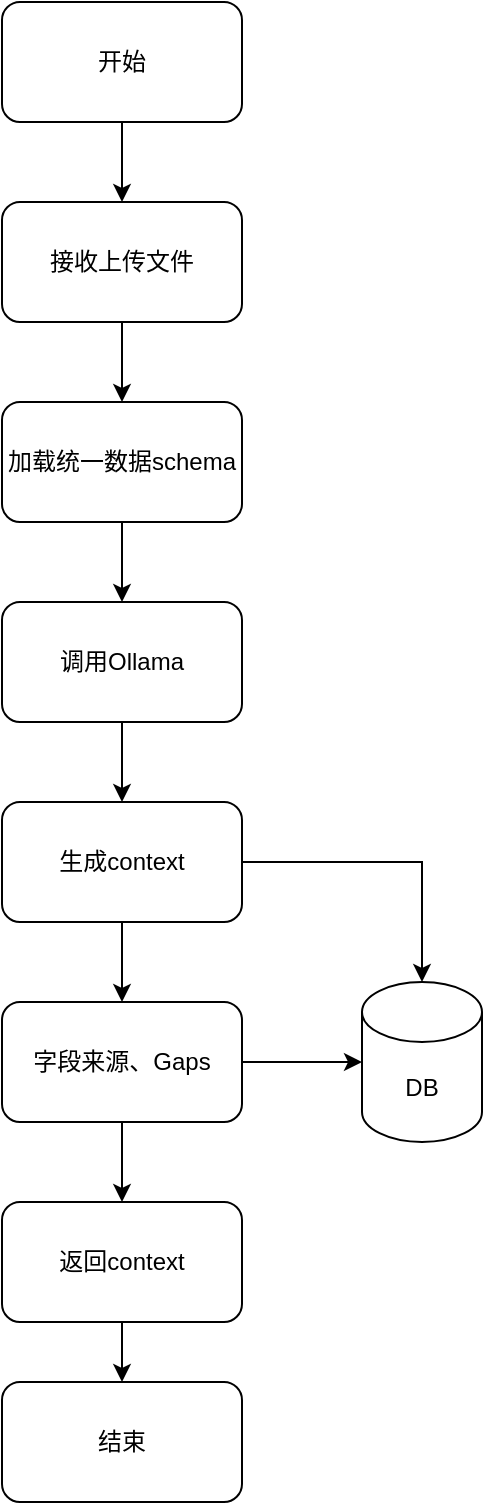
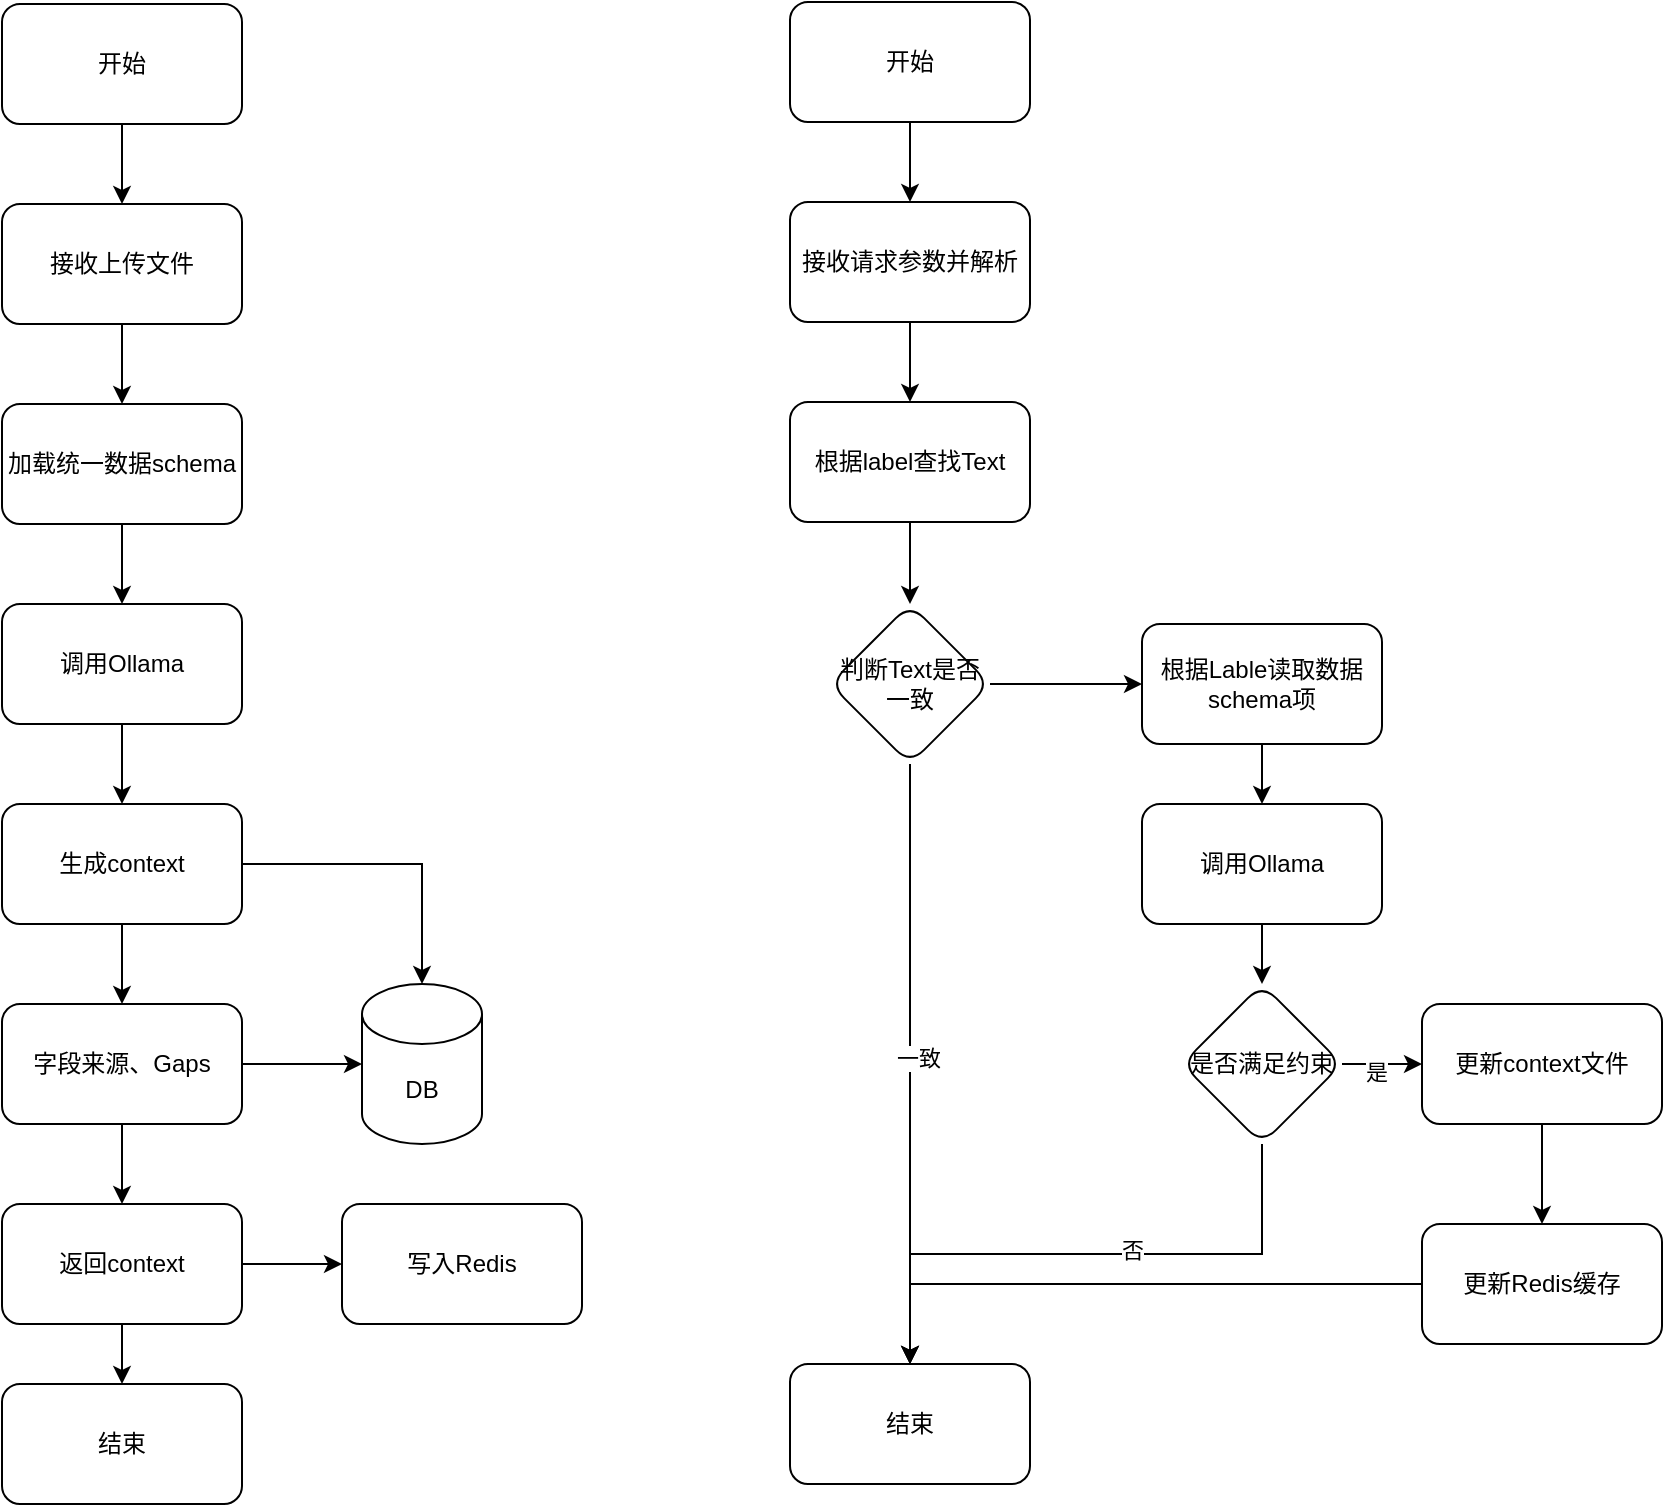
<mxfile host="app.diagrams.net">
  <diagram name="第 1 页" id="B0IMeD1WvDJJcW3_jK1b">
-     <mxGraphModel dx="1371" dy="622" grid="1" gridSize="10" guides="1" tooltips="1" connect="1" arrows="1" fold="1" page="1" pageScale="1" pageWidth="1169" pageHeight="827" math="0" shadow="0">
+     <mxGraphModel dx="1732" dy="785" grid="1" gridSize="10" guides="1" tooltips="1" connect="1" arrows="1" fold="1" page="1" pageScale="1" pageWidth="1169" pageHeight="827" math="0" shadow="0">
      <root>
        <mxCell id="0" />
        <mxCell id="1" parent="0" />
        <mxCell id="0n__lMlzSQ3JzwSusm_Q-4" edge="1" parent="1" source="0n__lMlzSQ3JzwSusm_Q-2" style="edgeStyle=orthogonalEdgeStyle;rounded=0;orthogonalLoop=1;jettySize=auto;html=1;" target="0n__lMlzSQ3JzwSusm_Q-3" value="">
          <mxGeometry relative="1" as="geometry" />
        </mxCell>
        <mxCell id="0n__lMlzSQ3JzwSusm_Q-2" parent="1" style="rounded=1;whiteSpace=wrap;html=1;" value="开始" vertex="1">
          <mxGeometry height="60" width="120" x="70" y="40" as="geometry" />
        </mxCell>
        <mxCell id="0n__lMlzSQ3JzwSusm_Q-6" edge="1" parent="1" source="0n__lMlzSQ3JzwSusm_Q-3" style="edgeStyle=orthogonalEdgeStyle;rounded=0;orthogonalLoop=1;jettySize=auto;html=1;" target="0n__lMlzSQ3JzwSusm_Q-5" value="">
          <mxGeometry relative="1" as="geometry" />
        </mxCell>
        <mxCell id="0n__lMlzSQ3JzwSusm_Q-3" parent="1" style="whiteSpace=wrap;html=1;rounded=1;" value="接收上传文件" vertex="1">
          <mxGeometry height="60" width="120" x="70" y="140" as="geometry" />
        </mxCell>
        <mxCell id="0n__lMlzSQ3JzwSusm_Q-8" edge="1" parent="1" source="0n__lMlzSQ3JzwSusm_Q-5" style="edgeStyle=orthogonalEdgeStyle;rounded=0;orthogonalLoop=1;jettySize=auto;html=1;" target="0n__lMlzSQ3JzwSusm_Q-7" value="">
          <mxGeometry relative="1" as="geometry" />
        </mxCell>
        <mxCell id="0n__lMlzSQ3JzwSusm_Q-5" parent="1" style="whiteSpace=wrap;html=1;rounded=1;" value="加载统一数据schema" vertex="1">
          <mxGeometry height="60" width="120" x="70" y="240" as="geometry" />
        </mxCell>
        <mxCell id="0n__lMlzSQ3JzwSusm_Q-10" edge="1" parent="1" source="0n__lMlzSQ3JzwSusm_Q-7" style="edgeStyle=orthogonalEdgeStyle;rounded=0;orthogonalLoop=1;jettySize=auto;html=1;" target="0n__lMlzSQ3JzwSusm_Q-9" value="">
          <mxGeometry relative="1" as="geometry" />
        </mxCell>
        <mxCell id="0n__lMlzSQ3JzwSusm_Q-7" parent="1" style="whiteSpace=wrap;html=1;rounded=1;" value="调用Ollama" vertex="1">
          <mxGeometry height="60" width="120" x="70" y="340" as="geometry" />
        </mxCell>
        <mxCell id="0n__lMlzSQ3JzwSusm_Q-12" edge="1" parent="1" source="0n__lMlzSQ3JzwSusm_Q-9" style="edgeStyle=orthogonalEdgeStyle;rounded=0;orthogonalLoop=1;jettySize=auto;html=1;" target="0n__lMlzSQ3JzwSusm_Q-11" value="">
          <mxGeometry relative="1" as="geometry" />
        </mxCell>
        <mxCell id="0n__lMlzSQ3JzwSusm_Q-19" edge="1" parent="1" source="0n__lMlzSQ3JzwSusm_Q-9" style="edgeStyle=orthogonalEdgeStyle;rounded=0;orthogonalLoop=1;jettySize=auto;html=1;" target="0n__lMlzSQ3JzwSusm_Q-13">
          <mxGeometry relative="1" as="geometry" />
        </mxCell>
        <mxCell id="0n__lMlzSQ3JzwSusm_Q-9" parent="1" style="whiteSpace=wrap;html=1;rounded=1;" value="生成context" vertex="1">
          <mxGeometry height="60" width="120" x="70" y="440" as="geometry" />
        </mxCell>
        <mxCell id="0n__lMlzSQ3JzwSusm_Q-14" edge="1" parent="1" source="0n__lMlzSQ3JzwSusm_Q-11" style="edgeStyle=orthogonalEdgeStyle;rounded=0;orthogonalLoop=1;jettySize=auto;html=1;" target="0n__lMlzSQ3JzwSusm_Q-13">
          <mxGeometry relative="1" as="geometry" />
        </mxCell>
        <mxCell id="0n__lMlzSQ3JzwSusm_Q-16" edge="1" parent="1" source="0n__lMlzSQ3JzwSusm_Q-11" style="edgeStyle=orthogonalEdgeStyle;rounded=0;orthogonalLoop=1;jettySize=auto;html=1;" target="0n__lMlzSQ3JzwSusm_Q-15" value="">
          <mxGeometry relative="1" as="geometry" />
        </mxCell>
        <mxCell id="0n__lMlzSQ3JzwSusm_Q-11" parent="1" style="whiteSpace=wrap;html=1;rounded=1;" value="字段来源、Gaps" vertex="1">
          <mxGeometry height="60" width="120" x="70" y="540" as="geometry" />
        </mxCell>
        <mxCell id="0n__lMlzSQ3JzwSusm_Q-13" parent="1" style="shape=cylinder3;whiteSpace=wrap;html=1;boundedLbl=1;backgroundOutline=1;size=15;" value="DB" vertex="1">
          <mxGeometry height="80" width="60" x="250" y="530" as="geometry" />
        </mxCell>
        <mxCell id="0n__lMlzSQ3JzwSusm_Q-18" edge="1" parent="1" source="0n__lMlzSQ3JzwSusm_Q-15" style="edgeStyle=orthogonalEdgeStyle;rounded=0;orthogonalLoop=1;jettySize=auto;html=1;" target="0n__lMlzSQ3JzwSusm_Q-17" value="">
          <mxGeometry relative="1" as="geometry" />
        </mxCell>
+         <mxCell id="zHUa4yUuEVYX1cxpm-PV-20" edge="1" parent="1" source="0n__lMlzSQ3JzwSusm_Q-15" style="edgeStyle=orthogonalEdgeStyle;rounded=0;orthogonalLoop=1;jettySize=auto;html=1;" target="zHUa4yUuEVYX1cxpm-PV-19" value="">
+           <mxGeometry relative="1" as="geometry" />
+         </mxCell>
        <mxCell id="0n__lMlzSQ3JzwSusm_Q-15" parent="1" style="whiteSpace=wrap;html=1;rounded=1;" value="返回context" vertex="1">
          <mxGeometry height="60" width="120" x="70" y="640" as="geometry" />
        </mxCell>
        <mxCell id="0n__lMlzSQ3JzwSusm_Q-17" parent="1" style="whiteSpace=wrap;html=1;rounded=1;" value="结束" vertex="1">
          <mxGeometry height="60" width="120" x="70" y="730" as="geometry" />
        </mxCell>
+         <mxCell id="zHUa4yUuEVYX1cxpm-PV-1" edge="1" parent="1" source="zHUa4yUuEVYX1cxpm-PV-2" style="edgeStyle=orthogonalEdgeStyle;rounded=0;orthogonalLoop=1;jettySize=auto;html=1;" target="zHUa4yUuEVYX1cxpm-PV-4" value="">
+           <mxGeometry relative="1" as="geometry" />
+         </mxCell>
+         <mxCell id="zHUa4yUuEVYX1cxpm-PV-2" parent="1" style="rounded=1;whiteSpace=wrap;html=1;" value="开始" vertex="1">
+           <mxGeometry height="60" width="120" x="464" y="39" as="geometry" />
+         </mxCell>
+         <mxCell id="zHUa4yUuEVYX1cxpm-PV-3" edge="1" parent="1" source="zHUa4yUuEVYX1cxpm-PV-4" style="edgeStyle=orthogonalEdgeStyle;rounded=0;orthogonalLoop=1;jettySize=auto;html=1;" target="zHUa4yUuEVYX1cxpm-PV-6" value="">
+           <mxGeometry relative="1" as="geometry" />
+         </mxCell>
+         <mxCell id="zHUa4yUuEVYX1cxpm-PV-4" parent="1" style="whiteSpace=wrap;html=1;rounded=1;" value="接收请求参数并解析" vertex="1">
+           <mxGeometry height="60" width="120" x="464" y="139" as="geometry" />
+         </mxCell>
+         <mxCell id="zHUa4yUuEVYX1cxpm-PV-26" edge="1" parent="1" source="zHUa4yUuEVYX1cxpm-PV-6" style="edgeStyle=orthogonalEdgeStyle;rounded=0;orthogonalLoop=1;jettySize=auto;html=1;" target="zHUa4yUuEVYX1cxpm-PV-25" value="">
+           <mxGeometry relative="1" as="geometry" />
+         </mxCell>
+         <mxCell id="zHUa4yUuEVYX1cxpm-PV-6" parent="1" style="whiteSpace=wrap;html=1;rounded=1;" value="根据label查找Text" vertex="1">
+           <mxGeometry height="60" width="120" x="464" y="239" as="geometry" />
+         </mxCell>
+         <mxCell id="zHUa4yUuEVYX1cxpm-PV-19" parent="1" style="whiteSpace=wrap;html=1;rounded=1;" value="写入Redis" vertex="1">
+           <mxGeometry height="60" width="120" x="240" y="640" as="geometry" />
+         </mxCell>
+         <mxCell id="zHUa4yUuEVYX1cxpm-PV-28" edge="1" parent="1" source="zHUa4yUuEVYX1cxpm-PV-25" style="edgeStyle=orthogonalEdgeStyle;rounded=0;orthogonalLoop=1;jettySize=auto;html=1;" target="zHUa4yUuEVYX1cxpm-PV-27" value="">
+           <mxGeometry relative="1" as="geometry" />
+         </mxCell>
+         <mxCell id="zHUa4yUuEVYX1cxpm-PV-29" connectable="0" parent="zHUa4yUuEVYX1cxpm-PV-28" style="edgeLabel;html=1;align=center;verticalAlign=middle;resizable=0;points=[];" value="一致" vertex="1">
+           <mxGeometry relative="1" x="-0.0228" y="4" as="geometry">
+             <mxPoint as="offset" />
+           </mxGeometry>
+         </mxCell>
+         <mxCell id="zHUa4yUuEVYX1cxpm-PV-31" edge="1" parent="1" source="zHUa4yUuEVYX1cxpm-PV-25" style="edgeStyle=orthogonalEdgeStyle;rounded=0;orthogonalLoop=1;jettySize=auto;html=1;" target="zHUa4yUuEVYX1cxpm-PV-30" value="">
+           <mxGeometry relative="1" as="geometry" />
+         </mxCell>
+         <mxCell id="zHUa4yUuEVYX1cxpm-PV-25" parent="1" style="rhombus;whiteSpace=wrap;html=1;rounded=1;" value="判断Text是否一致" vertex="1">
+           <mxGeometry height="80" width="80" x="484" y="340" as="geometry" />
+         </mxCell>
+         <mxCell id="zHUa4yUuEVYX1cxpm-PV-27" parent="1" style="whiteSpace=wrap;html=1;rounded=1;" value="结束" vertex="1">
+           <mxGeometry height="60" width="120" x="464" y="720" as="geometry" />
+         </mxCell>
+         <mxCell id="zHUa4yUuEVYX1cxpm-PV-33" edge="1" parent="1" source="zHUa4yUuEVYX1cxpm-PV-30" style="edgeStyle=orthogonalEdgeStyle;rounded=0;orthogonalLoop=1;jettySize=auto;html=1;" target="zHUa4yUuEVYX1cxpm-PV-32" value="">
+           <mxGeometry relative="1" as="geometry" />
+         </mxCell>
+         <mxCell id="zHUa4yUuEVYX1cxpm-PV-30" parent="1" style="whiteSpace=wrap;html=1;rounded=1;" value="根据Lable读取数据schema项" vertex="1">
+           <mxGeometry height="60" width="120" x="640" y="350" as="geometry" />
+         </mxCell>
+         <mxCell id="zHUa4yUuEVYX1cxpm-PV-35" edge="1" parent="1" source="zHUa4yUuEVYX1cxpm-PV-32" style="edgeStyle=orthogonalEdgeStyle;rounded=0;orthogonalLoop=1;jettySize=auto;html=1;" target="zHUa4yUuEVYX1cxpm-PV-34" value="">
+           <mxGeometry relative="1" as="geometry" />
+         </mxCell>
+         <mxCell id="zHUa4yUuEVYX1cxpm-PV-32" parent="1" style="whiteSpace=wrap;html=1;rounded=1;" value="调用Ollama" vertex="1">
+           <mxGeometry height="60" width="120" x="640" y="440" as="geometry" />
+         </mxCell>
+         <mxCell id="zHUa4yUuEVYX1cxpm-PV-37" edge="1" parent="1" source="zHUa4yUuEVYX1cxpm-PV-34" style="edgeStyle=orthogonalEdgeStyle;rounded=0;orthogonalLoop=1;jettySize=auto;html=1;" target="zHUa4yUuEVYX1cxpm-PV-36" value="">
+           <mxGeometry relative="1" as="geometry" />
+         </mxCell>
+         <mxCell id="zHUa4yUuEVYX1cxpm-PV-38" connectable="0" parent="zHUa4yUuEVYX1cxpm-PV-37" style="edgeLabel;html=1;align=center;verticalAlign=middle;resizable=0;points=[];" value="是" vertex="1">
+           <mxGeometry relative="1" x="-0.1789" y="-4" as="geometry">
+             <mxPoint as="offset" />
+           </mxGeometry>
+         </mxCell>
+         <mxCell id="zHUa4yUuEVYX1cxpm-PV-43" edge="1" parent="1" source="zHUa4yUuEVYX1cxpm-PV-34" style="edgeStyle=orthogonalEdgeStyle;rounded=0;orthogonalLoop=1;jettySize=auto;html=1;exitX=0.5;exitY=1;exitDx=0;exitDy=0;entryX=0.5;entryY=0;entryDx=0;entryDy=0;" target="zHUa4yUuEVYX1cxpm-PV-27">
+           <mxGeometry relative="1" as="geometry" />
+         </mxCell>
+         <mxCell id="zHUa4yUuEVYX1cxpm-PV-44" connectable="0" parent="zHUa4yUuEVYX1cxpm-PV-43" style="edgeLabel;html=1;align=center;verticalAlign=middle;resizable=0;points=[];" value="否" vertex="1">
+           <mxGeometry relative="1" x="-0.1561" y="-2" as="geometry">
+             <mxPoint as="offset" />
+           </mxGeometry>
+         </mxCell>
+         <mxCell id="zHUa4yUuEVYX1cxpm-PV-34" parent="1" style="rhombus;whiteSpace=wrap;html=1;rounded=1;" value="是否满足约束" vertex="1">
+           <mxGeometry height="80" width="80" x="660" y="530" as="geometry" />
+         </mxCell>
+         <mxCell id="zHUa4yUuEVYX1cxpm-PV-40" edge="1" parent="1" source="zHUa4yUuEVYX1cxpm-PV-36" style="edgeStyle=orthogonalEdgeStyle;rounded=0;orthogonalLoop=1;jettySize=auto;html=1;" target="zHUa4yUuEVYX1cxpm-PV-39" value="">
+           <mxGeometry relative="1" as="geometry" />
+         </mxCell>
+         <mxCell id="zHUa4yUuEVYX1cxpm-PV-36" parent="1" style="whiteSpace=wrap;html=1;rounded=1;" value="更新context文件" vertex="1">
+           <mxGeometry height="60" width="120" x="780" y="540" as="geometry" />
+         </mxCell>
+         <mxCell id="zHUa4yUuEVYX1cxpm-PV-41" edge="1" parent="1" source="zHUa4yUuEVYX1cxpm-PV-39" style="edgeStyle=orthogonalEdgeStyle;rounded=0;orthogonalLoop=1;jettySize=auto;html=1;entryX=0.5;entryY=0;entryDx=0;entryDy=0;" target="zHUa4yUuEVYX1cxpm-PV-27">
+           <mxGeometry relative="1" as="geometry" />
+         </mxCell>
+         <mxCell id="zHUa4yUuEVYX1cxpm-PV-39" parent="1" style="whiteSpace=wrap;html=1;rounded=1;" value="更新Redis缓存" vertex="1">
+           <mxGeometry height="60" width="120" x="780" y="650" as="geometry" />
+         </mxCell>
      </root>
    </mxGraphModel>
  </diagram>
</mxfile>
